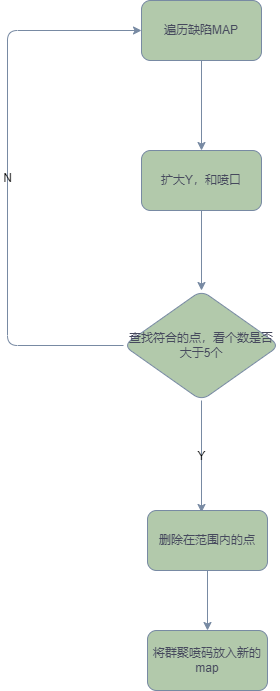
Before: 群聚性打标1.png, a diagram exported from draw.io (Durpe/Drawio). Source tidied: cells renumbered, new cells last; positions are measured from the earlier drawing's top-left corner, leaving out a move shared by most shapes. Source of this version:
```xml
<mxGraphModel>
  <root>
    <mxCell id="0" />
    <mxCell id="1" parent="0" />
    <mxCell id="2" style="edgeStyle=orthogonalEdgeStyle;rounded=1;jettySize=auto;html=1;exitX=0.5;exitY=1;exitDx=0;exitDy=0;labelBackgroundColor=none;strokeColor=#788AA3;fontColor=default;" parent="1" edge="1" source="3" target="5">
      <mxGeometry relative="1" as="geometry" />
    </mxCell>
    <mxCell id="3" value="遍历缺陷MAP&lt;br&gt;" style="rounded=1;whiteSpace=wrap;html=1;labelBackgroundColor=none;fillColor=#B2C9AB;strokeColor=#788AA3;fontColor=#46495D;" parent="1" vertex="1">
      <mxGeometry x="134" width="120" height="60" as="geometry" />
    </mxCell>
    <mxCell id="4" style="edgeStyle=orthogonalEdgeStyle;rounded=1;jettySize=auto;html=1;exitX=0.5;exitY=1;exitDx=0;exitDy=0;entryX=0.5;entryY=0;entryDx=0;entryDy=0;labelBackgroundColor=none;strokeColor=#788AA3;fontColor=default;" parent="1" edge="1" source="5" target="8">
      <mxGeometry relative="1" as="geometry" />
    </mxCell>
    <mxCell id="5" value="扩大Y，和喷口" style="rounded=1;whiteSpace=wrap;html=1;labelBackgroundColor=none;fillColor=#B2C9AB;strokeColor=#788AA3;fontColor=#46495D;" parent="1" vertex="1">
      <mxGeometry x="134" y="150" width="120" height="60" as="geometry" />
    </mxCell>
    <mxCell id="6" value="Y" style="edgeStyle=orthogonalEdgeStyle;rounded=1;jettySize=auto;html=1;exitX=0.5;exitY=1;exitDx=0;exitDy=0;entryX=0.45;entryY=0.033;entryDx=0;entryDy=0;entryPerimeter=0;labelBackgroundColor=none;strokeColor=#788AA3;fontColor=default;" parent="1" edge="1" source="8" target="10">
      <mxGeometry relative="1" as="geometry" />
    </mxCell>
    <mxCell id="7" value="N" style="edgeStyle=orthogonalEdgeStyle;rounded=1;jettySize=auto;html=1;exitX=0;exitY=0.5;exitDx=0;exitDy=0;entryX=0;entryY=0.5;entryDx=0;entryDy=0;labelBackgroundColor=none;strokeColor=#788AA3;fontColor=default;" parent="1" edge="1" source="8" target="3">
      <mxGeometry relative="1" as="geometry">
        <Array as="points">
          <mxPoint y="345" />
          <mxPoint y="30" />
        </Array>
      </mxGeometry>
    </mxCell>
    <mxCell id="8" value="查找符合的点，看个数是否大于5个" style="rhombus;whiteSpace=wrap;html=1;labelBackgroundColor=none;fillColor=#B2C9AB;strokeColor=#788AA3;fontColor=#46495D;rounded=1;" parent="1" vertex="1">
      <mxGeometry x="116" y="290" width="156" height="110" as="geometry" />
    </mxCell>
    <mxCell id="9" style="edgeStyle=orthogonalEdgeStyle;rounded=1;jettySize=auto;html=1;exitX=0.5;exitY=1;exitDx=0;exitDy=0;entryX=0.5;entryY=0;entryDx=0;entryDy=0;labelBackgroundColor=none;strokeColor=#788AA3;fontColor=default;" parent="1" edge="1" source="10" target="11">
      <mxGeometry relative="1" as="geometry" />
    </mxCell>
    <mxCell id="10" value="删除在范围内的点" style="rounded=1;whiteSpace=wrap;html=1;labelBackgroundColor=none;fillColor=#B2C9AB;strokeColor=#788AA3;fontColor=#46495D;" parent="1" vertex="1">
      <mxGeometry x="140" y="510" width="120" height="60" as="geometry" />
    </mxCell>
    <mxCell id="11" value="将群聚喷码放入新的map&lt;br&gt;" style="rounded=1;whiteSpace=wrap;html=1;labelBackgroundColor=none;fillColor=#B2C9AB;strokeColor=#788AA3;fontColor=#46495D;" parent="1" vertex="1">
      <mxGeometry x="140" y="630" width="120" height="60" as="geometry" />
    </mxCell>
  </root>
</mxGraphModel>
```
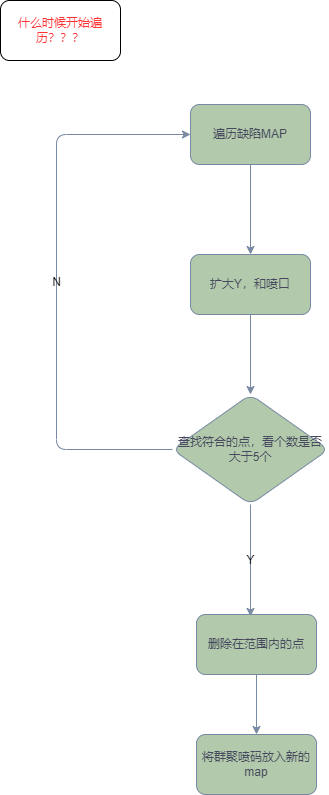
Above is the later version.

Commit message:
更新群聚性打标1.png

Change to the diagram source:
```diff
@@ -37,5 +37,8 @@
     <mxCell id="11" value="将群聚喷码放入新的map&lt;br&gt;" style="rounded=1;whiteSpace=wrap;html=1;labelBackgroundColor=none;fillColor=#B2C9AB;strokeColor=#788AA3;fontColor=#46495D;" parent="1" vertex="1">
       <mxGeometry x="140" y="630" width="120" height="60" as="geometry" />
     </mxCell>
+    <mxCell id="12" value="&lt;font color=&quot;#ff3333&quot;&gt;什么时候开始遍历？？？&lt;/font&gt;" style="rounded=1;whiteSpace=wrap;html=1;" parent="1" vertex="1">
+      <mxGeometry x="-56" y="-104" width="120" height="60" as="geometry" />
+    </mxCell>
   </root>
 </mxGraphModel>
```
